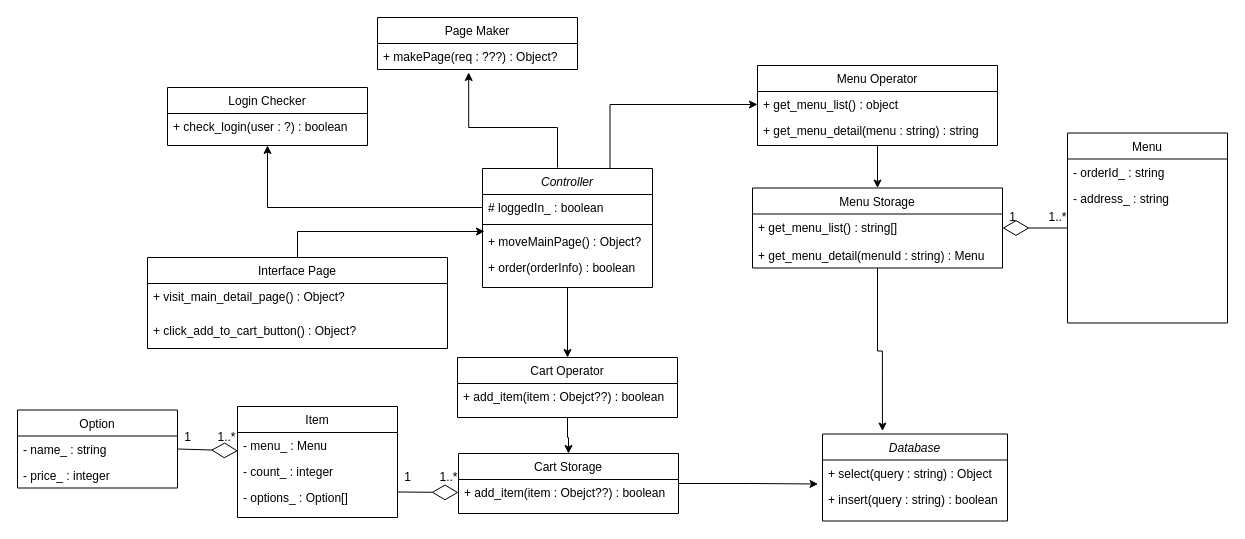
The draw.io diagram docs/SubgroupA_pizzaorder/A-class-diagram/A-UC-1-class-diagram.drawio in cau-sw-engineering-2021/online-pizza-ordering-system, before the edit. Source tidied: cells renumbered, new cells numbered last; positions are measured from the earlier drawing's top-left corner, leaving out a move shared by most shapes. Both pictures are drawn from the tidied source at 100%, with x=0, y=0 at pixel (17, 17).
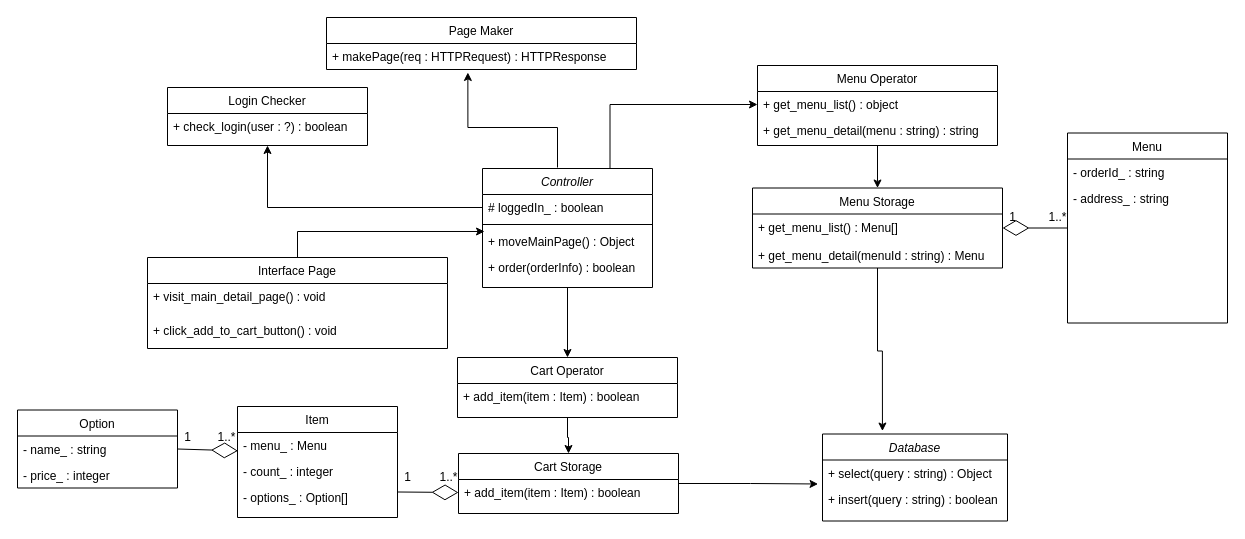
The same diagram, later.

The change refers to these unchanged cells:
```xml
<mxCell id="4" value="Controller" style="swimlane;fontStyle=2;align=center;verticalAlign=top;horizontal=1;startSize=26;rounded=0;shadow=0;strokeWidth=1;" parent="1" vertex="1">
  <mxGeometry x="465" y="151" width="170" height="119" as="geometry" />
</mxCell>
<mxCell id="18" value="Cart Operator" style="swimlane;fontStyle=0;align=center;verticalAlign=top;horizontal=1;startSize=26;rounded=0;shadow=0;strokeWidth=1;" parent="1" vertex="1">
  <mxGeometry x="440" y="340" width="220" height="60" as="geometry" />
</mxCell>
<mxCell id="21" value="Interface Page" style="swimlane;fontStyle=0;align=center;verticalAlign=top;horizontal=1;startSize=26;rounded=0;shadow=0;strokeWidth=1;" parent="1" vertex="1">
  <mxGeometry x="130" y="240" width="300" height="91" as="geometry" />
</mxCell>
<mxCell id="30" value="Menu Storage" style="swimlane;fontStyle=0;align=center;verticalAlign=top;horizontal=1;startSize=26;rounded=0;shadow=0;strokeWidth=1;" parent="1" vertex="1">
  <mxGeometry x="735" y="170.5" width="250" height="80" as="geometry" />
</mxCell>
<mxCell id="34" value="Cart Storage" style="swimlane;fontStyle=0;align=center;verticalAlign=top;horizontal=1;startSize=26;rounded=0;shadow=0;strokeWidth=1;" parent="1" vertex="1">
  <mxGeometry x="441" y="436" width="220" height="60" as="geometry" />
</mxCell>
```

What changed in the source:
```diff
@@
-    <mxCell id="7" value="+ moveMainPage() : Object?" style="text;align=left;verticalAlign=top;spacingLeft=4;spacingRight=4;overflow=hidden;points=[[0,0.5],[1,0.5]];portConstraint=eastwest;" parent="4" vertex="1">
+    <mxCell id="7" value="+ moveMainPage() : Object" style="text;align=left;verticalAlign=top;spacingLeft=4;spacingRight=4;overflow=hidden;points=[[0,0.5],[1,0.5]];portConstraint=eastwest;" parent="4" vertex="1">
       <mxGeometry y="60" width="170" height="26" as="geometry" />
     </mxCell>
@@
     <mxCell id="9" value="Page Maker" style="swimlane;fontStyle=0;align=center;verticalAlign=top;horizontal=1;startSize=26;rounded=0;shadow=0;strokeWidth=1;" parent="1" vertex="1">
-      <mxGeometry x="360" width="200" height="52" as="geometry" />
+      <mxGeometry x="309" width="310" height="52" as="geometry" />
     </mxCell>
-    <mxCell id="10" value="+ makePage(req : ???) : Object?" style="text;align=left;verticalAlign=top;spacingLeft=4;spacingRight=4;overflow=hidden;points=[[0,0.5],[1,0.5]];portConstraint=eastwest;" parent="9" vertex="1">
-      <mxGeometry y="26" width="200" height="26" as="geometry" />
+    <mxCell id="10" value="+ makePage(req : HTTPRequest) : HTTPResponse" style="text;align=left;verticalAlign=top;spacingLeft=4;spacingRight=4;overflow=hidden;points=[[0,0.5],[1,0.5]];portConstraint=eastwest;" parent="9" vertex="1">
+      <mxGeometry y="26" width="310" height="26" as="geometry" />
     </mxCell>
@@
-    <mxCell id="19" value="+ add_item(item : Obejct??) : boolean" style="text;align=left;verticalAlign=top;spacingLeft=4;spacingRight=4;overflow=hidden;" parent="18" vertex="1">
+    <mxCell id="19" value="+ add_item(item : Item) : boolean" style="text;align=left;verticalAlign=top;spacingLeft=4;spacingRight=4;overflow=hidden;" parent="18" vertex="1">
       <mxGeometry y="26" width="220" height="26" as="geometry" />
     </mxCell>
@@
-    <mxCell id="22" value="+ visit_main_detail_page() : Object?&#10;" style="text;align=left;verticalAlign=top;spacingLeft=4;spacingRight=4;overflow=hidden;" parent="21" vertex="1">
+    <mxCell id="22" value="+ visit_main_detail_page() : void&#10;" style="text;align=left;verticalAlign=top;spacingLeft=4;spacingRight=4;overflow=hidden;" parent="21" vertex="1">
       <mxGeometry y="26" width="300" height="34" as="geometry" />
     </mxCell>
-    <mxCell id="23" value="+ click_add_to_cart_button() : Object?" style="text;align=left;verticalAlign=top;spacingLeft=4;spacingRight=4;overflow=hidden;" parent="21" vertex="1">
+    <mxCell id="23" value="+ click_add_to_cart_button() : void" style="text;align=left;verticalAlign=top;spacingLeft=4;spacingRight=4;overflow=hidden;" parent="21" vertex="1">
       <mxGeometry y="60" width="300" height="31" as="geometry" />
     </mxCell>
@@
-    <mxCell id="31" value="+ get_menu_list() : string[]" style="text;align=left;verticalAlign=top;spacingLeft=4;spacingRight=4;overflow=hidden;points=[[0,0.5],[1,0.5]];portConstraint=eastwest;" parent="30" vertex="1">
+    <mxCell id="31" value="+ get_menu_list() : Menu[]" style="text;align=left;verticalAlign=top;spacingLeft=4;spacingRight=4;overflow=hidden;points=[[0,0.5],[1,0.5]];portConstraint=eastwest;" parent="30" vertex="1">
       <mxGeometry y="26" width="250" height="28" as="geometry" />
     </mxCell>
@@
-    <mxCell id="35" value="+ add_item(item : Obejct??) : boolean" style="text;align=left;verticalAlign=top;spacingLeft=4;spacingRight=4;overflow=hidden;points=[[0,0.5],[1,0.5]];portConstraint=eastwest;" parent="34" vertex="1">
+    <mxCell id="35" value="+ add_item(item : Item) : boolean" style="text;align=left;verticalAlign=top;spacingLeft=4;spacingRight=4;overflow=hidden;points=[[0,0.5],[1,0.5]];portConstraint=eastwest;" parent="34" vertex="1">
       <mxGeometry y="26" width="220" height="26" as="geometry" />
     </mxCell>
```
